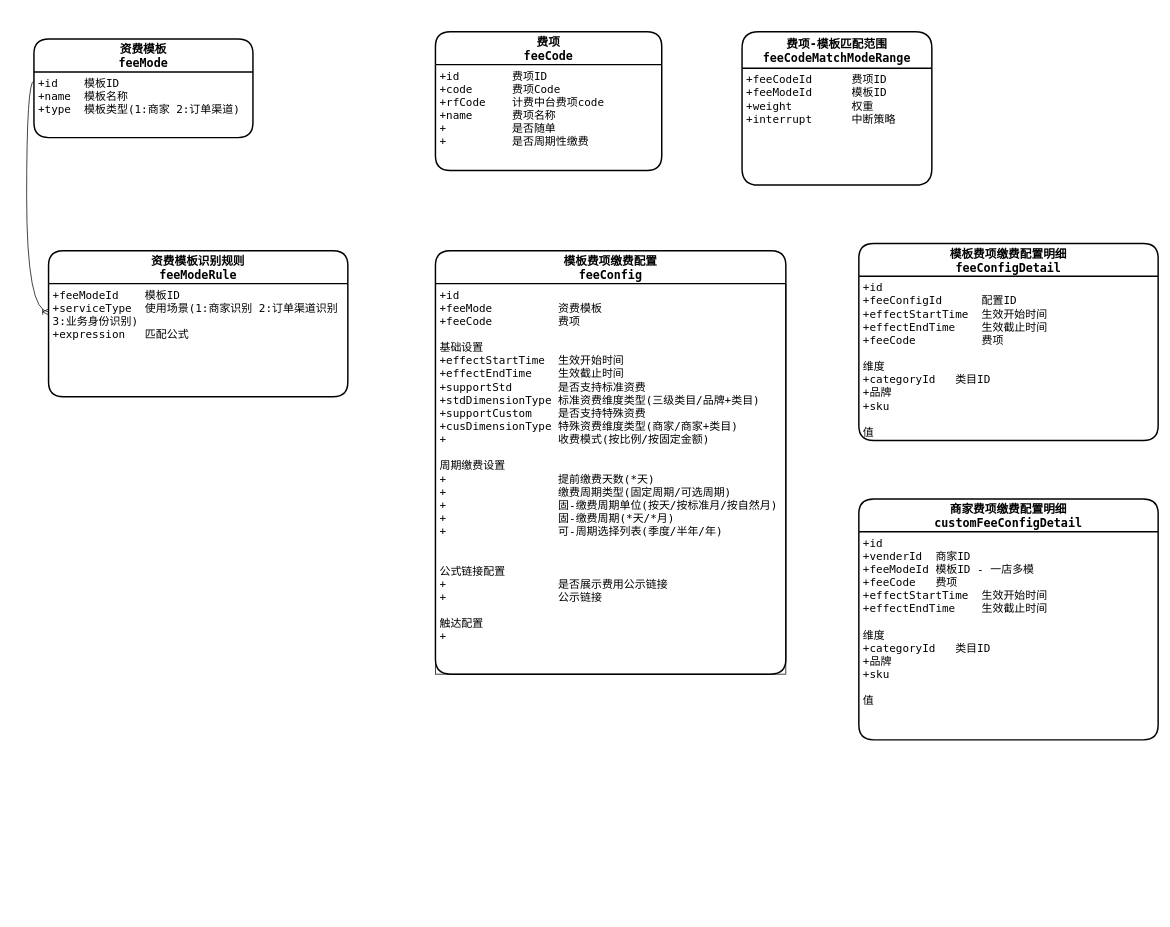
Earlier version of the draw.io diagram 缴费平台ER图.drawio (RubberBoy/some). Source tidied: cells renumbered, new cells numbered last; positions are measured from the earlier drawing's top-left corner, leaving out a move shared by most shapes. Both pictures are drawn from the tidied source at 73%, with x=0, y=0 at pixel (34, 31).
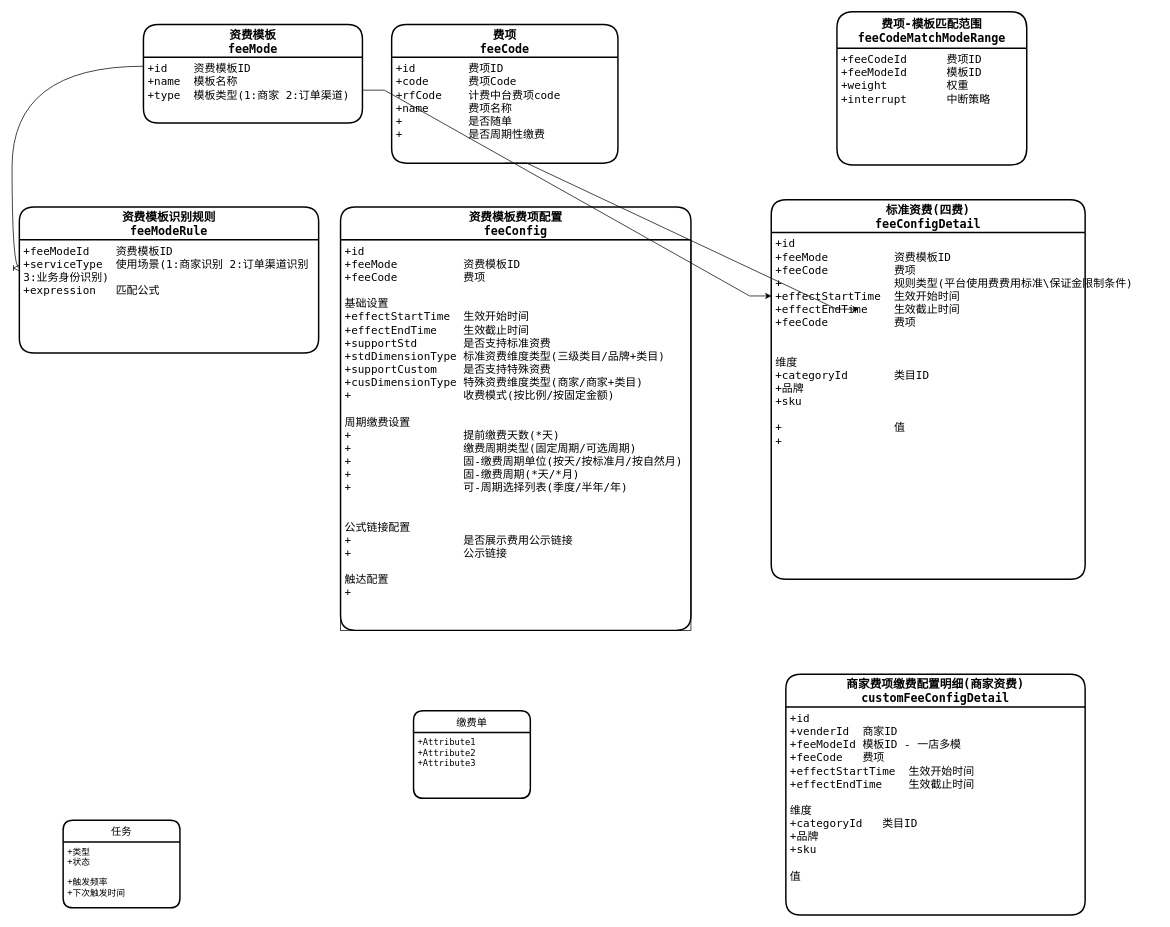
The same page after the edit.

Commit message:
更新缴费平台ER图.drawio

The change refers to these unchanged cells:
```xml
<mxCell id="10" value="+id        费项ID&#10;+code      费项Code&#10;+rfCode    计费中台费项code&#10;+name      费项名称&#10;+          是否随单&#10;+          是否周期性缴费" style="align=left;strokeColor=none;fillColor=none;spacingLeft=4;fontSize=15;verticalAlign=top;fontFamily=Menlo;" parent="9" vertex="1">
  <mxGeometry y="45" width="310" height="145" as="geometry" />
</mxCell>
```

Diff of the diagram source:
```diff
@@
     <mxCell id="2" value="资费模板&#10;feeMode" style="swimlane;horizontal=1;startSize=45;rounded=1;fontSize=16;fontStyle=1;strokeWidth=2;shadow=0;dashed=0;align=center;fontFamily=Menlo;" parent="1" vertex="1">
-      <mxGeometry y="10" width="300" height="135" as="geometry" />
+      <mxGeometry x="150" y="-10" width="300" height="135" as="geometry" />
     </mxCell>
-    <mxCell id="3" value="+id    模板ID&#10;+name  模板名称&#10;+type  模板类型(1:商家 2:订单渠道)" style="align=left;strokeColor=none;fillColor=none;spacingLeft=4;fontSize=15;verticalAlign=top;fontFamily=Menlo;" parent="2" vertex="1">
+    <mxCell id="3" value="+id    资费模板ID&#10;+name  模板名称&#10;+type  模板类型(1:商家 2:订单渠道)" style="align=left;strokeColor=none;fillColor=none;spacingLeft=4;fontSize=15;verticalAlign=top;fontFamily=Menlo;" parent="2" vertex="1">
       <mxGeometry y="45" width="300" height="90" as="geometry" />
     </mxCell>
     <mxCell id="4" value="资费模板识别规则&#10;feeModeRule" style="swimlane;horizontal=1;startSize=45;rounded=1;fontSize=16;fontStyle=1;strokeWidth=2;shadow=0;dashed=0;align=center;fontFamily=Menlo;" parent="1" vertex="1">
-      <mxGeometry x="20" y="300" width="410" height="200" as="geometry" />
+      <mxGeometry x="-20" y="240" width="410" height="200" as="geometry" />
     </mxCell>
-    <mxCell id="5" value="+feeModeId    模板ID&#10;+serviceType  使用场景(1:商家识别 2:订单渠道识别 &#10;3:业务身份识别)&#10;+expression   匹配公式" style="align=left;strokeColor=none;fillColor=none;spacingLeft=4;fontSize=15;verticalAlign=top;fontFamily=Menlo;" parent="4" vertex="1">
+    <mxCell id="5" value="+feeModeId    资费模板ID&#10;+serviceType  使用场景(1:商家识别 2:订单渠道识别 &#10;3:业务身份识别)&#10;+expression   匹配公式" style="align=left;strokeColor=none;fillColor=none;spacingLeft=4;fontSize=15;verticalAlign=top;fontFamily=Menlo;" parent="4" vertex="1">
       <mxGeometry y="45" width="410" height="155" as="geometry" />
     </mxCell>
@@
-    <mxCell id="7" value="模板费项缴费配置&#10;feeConfig" style="swimlane;horizontal=1;startSize=45;rounded=1;fontSize=16;fontStyle=1;strokeWidth=2;shadow=0;dashed=0;align=center;fontFamily=Menlo;strokeColor=#000000;" parent="1" vertex="1">
-      <mxGeometry x="550" y="300" width="480" height="580" as="geometry" />
+    <mxCell id="7" value="资费模板费项配置&#10;feeConfig" style="swimlane;horizontal=1;startSize=45;rounded=1;fontSize=16;fontStyle=1;strokeWidth=2;shadow=0;dashed=0;align=center;fontFamily=Menlo;strokeColor=#000000;" parent="1" vertex="1">
+      <mxGeometry x="420" y="240" width="480" height="580" as="geometry" />
     </mxCell>
-    <mxCell id="8" value="+id&#10;+feeMode          资费模板&#10;+feeCode          费项&#10;&#10;基础设置&#10;+effectStartTime  生效开始时间&#10;+effectEndTime    生效截止时间&#10;+supportStd       是否支持标准资费&#10;+stdDimensionType 标准资费维度类型(三级类目/品牌+类目)&#10;+supportCustom    是否支持特殊资费&#10;+cusDimensionType 特殊资费维度类型(商家/商家+类目)&#10;+                 收费模式(按比例/按固定金额)&#10;&#10;周期缴费设置&#10;+                 提前缴费天数(*天)&#10;+                 缴费周期类型(固定周期/可选周期)&#10;+                 固-缴费周期单位(按天/按标准月/按自然月)&#10;+                 固-缴费周期(*天/*月)&#10;+                 可-周期选择列表(季度/半年/年)&#10;&#10;&#10;公式链接配置&#10;+                 是否展示费用公示链接&#10;+                 公示链接&#10;&#10;触达配置&#10;+                 &#10;&#10;&#10;" style="align=left;strokeColor=#000000;fillColor=none;spacingLeft=4;fontSize=15;verticalAlign=top;fontFamily=Menlo;fontColor=#000000;" parent="7" vertex="1">
+    <mxCell id="8" value="+id&#10;+feeMode          资费模板ID&#10;+feeCode          费项&#10;&#10;基础设置&#10;+effectStartTime  生效开始时间&#10;+effectEndTime    生效截止时间&#10;+supportStd       是否支持标准资费&#10;+stdDimensionType 标准资费维度类型(三级类目/品牌+类目)&#10;+supportCustom    是否支持特殊资费&#10;+cusDimensionType 特殊资费维度类型(商家/商家+类目)&#10;+                 收费模式(按比例/按固定金额)&#10;&#10;周期缴费设置&#10;+                 提前缴费天数(*天)&#10;+                 缴费周期类型(固定周期/可选周期)&#10;+                 固-缴费周期单位(按天/按标准月/按自然月)&#10;+                 固-缴费周期(*天/*月)&#10;+                 可-周期选择列表(季度/半年/年)&#10;&#10;&#10;公式链接配置&#10;+                 是否展示费用公示链接&#10;+                 公示链接&#10;&#10;触达配置&#10;+                 &#10;&#10;&#10;" style="align=left;strokeColor=#000000;fillColor=none;spacingLeft=4;fontSize=15;verticalAlign=top;fontFamily=Menlo;fontColor=#000000;" parent="7" vertex="1">
       <mxGeometry y="45" width="480" height="535" as="geometry" />
     </mxCell>
     <mxCell id="9" value="费项&#10;feeCode" style="swimlane;horizontal=1;startSize=45;rounded=1;fontSize=16;fontStyle=1;strokeWidth=2;shadow=0;dashed=0;align=center;fontFamily=Menlo;" parent="1" vertex="1">
-      <mxGeometry x="550" width="310" height="190" as="geometry" />
+      <mxGeometry x="490" y="-10" width="310" height="190" as="geometry" />
     </mxCell>
@@
-    <mxCell id="11" value="模板费项缴费配置明细&#10;feeConfigDetail" style="swimlane;horizontal=1;startSize=45;rounded=1;fontSize=16;fontStyle=1;strokeWidth=2;shadow=0;dashed=0;align=center;fontFamily=Menlo;" parent="1" vertex="1">
-      <mxGeometry x="1130" y="290" width="410" height="270" as="geometry" />
+    <mxCell id="11" value="标准资费(四费)&#10;feeConfigDetail" style="swimlane;horizontal=1;startSize=45;rounded=1;fontSize=16;fontStyle=1;strokeWidth=2;shadow=0;dashed=0;align=center;fontFamily=Menlo;" parent="1" vertex="1">
+      <mxGeometry x="1010" y="230" width="430" height="520" as="geometry" />
     </mxCell>
-    <mxCell id="12" value="+id&#10;+feeConfigId      配置ID&#10;+effectStartTime  生效开始时间&#10;+effectEndTime    生效截止时间&#10;+feeCode          费项&#10;&#10;维度&#10;+categoryId   类目ID&#10;+品牌&#10;+sku&#10;&#10;值&#10;" style="align=left;strokeColor=none;fillColor=none;spacingLeft=4;fontSize=15;verticalAlign=top;fontFamily=Menlo;" parent="11" vertex="1">
-      <mxGeometry y="45" width="410" height="225" as="geometry" />
+    <mxCell id="12" value="+id&#10;+feeMode          资费模板ID&#10;+feeCode          费项&#10;+                 规则类型(平台使用费费用标准\保证金限制条件)&#10;+effectStartTime  生效开始时间&#10;+effectEndTime    生效截止时间&#10;+feeCode          费项&#10;&#10;&#10;维度&#10;+categoryId       类目ID&#10;+品牌&#10;+sku&#10;&#10;+                 值&#10;+" style="align=left;strokeColor=none;fillColor=none;spacingLeft=4;fontSize=15;verticalAlign=top;fontFamily=Menlo;" parent="11" vertex="1">
+      <mxGeometry y="45" width="430" height="475" as="geometry" />
     </mxCell>
-    <mxCell id="13" value="商家费项缴费配置明细&#10;customFeeConfigDetail" style="swimlane;horizontal=1;startSize=45;rounded=1;fontSize=16;fontStyle=1;strokeWidth=2;shadow=0;dashed=0;align=center;fontFamily=Menlo;" parent="1" vertex="1">
-      <mxGeometry x="1130" y="640" width="410" height="330" as="geometry" />
+    <mxCell id="13" value="商家费项缴费配置明细(商家资费)&#10;customFeeConfigDetail" style="swimlane;horizontal=1;startSize=45;rounded=1;fontSize=16;fontStyle=1;strokeWidth=2;shadow=0;dashed=0;align=center;fontFamily=Menlo;" parent="1" vertex="1">
+      <mxGeometry x="1030" y="880" width="410" height="330" as="geometry" />
     </mxCell>
@@
     <mxCell id="15" value="费项-模板匹配范围&#10;feeCodeMatchModeRange" style="swimlane;horizontal=1;startSize=50;rounded=1;fontSize=16;fontStyle=1;strokeWidth=2;shadow=0;dashed=0;align=center;strokeColor=#000000;fontFamily=Menlo;" parent="1" vertex="1">
-      <mxGeometry x="970" width="260" height="210" as="geometry" />
+      <mxGeometry x="1100" y="-27.5" width="260" height="210" as="geometry" />
     </mxCell>
@@
+    <mxCell id="17" value="缴费单" style="swimlane;horizontal=1;startSize=30;rounded=1;fontSize=14;fontStyle=0;strokeWidth=2;shadow=0;dashed=0;align=center;strokeColor=#000000;fontFamily=Menlo;" parent="1" vertex="1">
+      <mxGeometry x="520" y="930" width="160" height="120" as="geometry" />
+    </mxCell>
+    <mxCell id="18" value="+Attribute1&#10;+Attribute2&#10;+Attribute3" style="align=left;strokeColor=none;fillColor=none;spacingLeft=4;fontSize=12;verticalAlign=top;fontFamily=Menlo;" parent="17" vertex="1">
+      <mxGeometry y="30" width="160" height="90" as="geometry" />
+    </mxCell>
+    <mxCell id="19" value="任务" style="swimlane;horizontal=1;startSize=30;rounded=1;fontSize=14;fontStyle=0;strokeWidth=2;shadow=0;dashed=0;align=center;strokeColor=#000000;fontFamily=Menlo;" parent="1" vertex="1">
+      <mxGeometry x="40" y="1080" width="160" height="120" as="geometry" />
+    </mxCell>
+    <mxCell id="20" value="+类型&#10;+状态&#10;&#10;+触发频率&#10;+下次触发时间" style="align=left;strokeColor=none;fillColor=none;spacingLeft=4;fontSize=12;verticalAlign=top;fontFamily=Menlo;" parent="19" vertex="1">
+      <mxGeometry y="30" width="160" height="90" as="geometry" />
+    </mxCell>
+    <mxCell id="21" style="edgeStyle=entityRelationEdgeStyle;rounded=0;jettySize=auto;html=1;entryX=0.001;entryY=0.183;entryDx=0;entryDy=0;entryPerimeter=0;fontFamily=Menlo;fontSize=15;" parent="1" edge="1" source="3" target="12">
+      <mxGeometry relative="1" as="geometry" />
+    </mxCell>
+    <mxCell id="22" style="edgeStyle=entityRelationEdgeStyle;rounded=0;jettySize=auto;html=1;exitX=0.5;exitY=1;exitDx=0;exitDy=0;fontFamily=Menlo;fontSize=15;" parent="1" edge="1" source="10">
+      <mxGeometry relative="1" as="geometry">
+        <mxPoint x="1130" y="380" as="targetPoint" />
+      </mxGeometry>
+    </mxCell>
```
